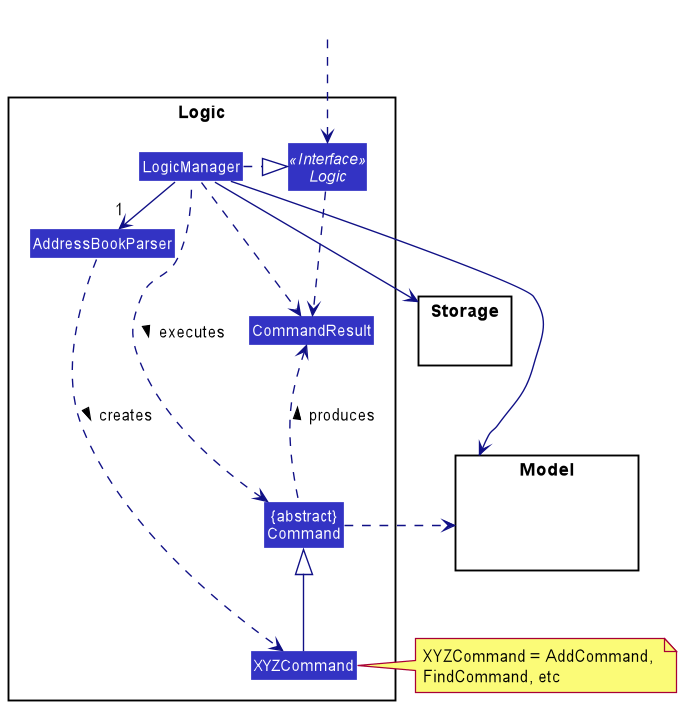
ruoyann/tp keeps this PlantUML diagram as docs/images/LogicClassDiagram.png. Above is the earlier version. Its diagram source:
```plantuml
@startuml
!include style.puml
skinparam arrowThickness 1.1
skinparam arrowColor LOGIC_COLOR_T4
skinparam classBackgroundColor LOGIC_COLOR

package Logic {

Class AddressBookParser
Class XYZCommand
Class CommandResult
Class "{abstract}\nCommand" as Command


Interface Logic <<Interface>>
Class LogicManager
}

package Model{
Class HiddenModel #FFFFFF
}

package Storage{
}

Class HiddenOutside #FFFFFF
HiddenOutside ..> Logic

LogicManager .right.|> Logic
LogicManager -right->"1" AddressBookParser
AddressBookParser ..> XYZCommand : creates >

XYZCommand -up-|> Command
LogicManager .left.> Command : executes >

LogicManager --> Model
LogicManager --> Storage
Storage --[hidden] Model
Command .[hidden]up.> Storage
Command .right.> Model
note right of XYZCommand: XYZCommand = AddCommand, \nFindCommand, etc

Logic ..> CommandResult
LogicManager .down.> CommandResult
Command .up.> CommandResult : produces >
@enduml
```
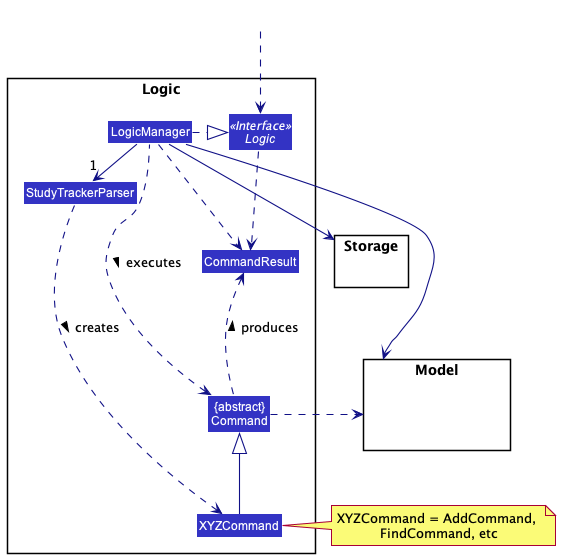
After the change.

What changed in the source:
```diff
@@ -6,7 +6,7 @@
 
 package Logic {
 
-Class AddressBookParser
+Class StudyTrackerParser
 Class XYZCommand
 Class CommandResult
 Class "{abstract}\nCommand" as Command
@@ -27,8 +27,8 @@
 HiddenOutside ..> Logic
 
 LogicManager .right.|> Logic
-LogicManager -right->"1" AddressBookParser
-AddressBookParser ..> XYZCommand : creates >
+LogicManager -right->"1" StudyTrackerParser
+StudyTrackerParser ..> XYZCommand : creates >
 
 XYZCommand -up-|> Command
 LogicManager .left.> Command : executes >
```
